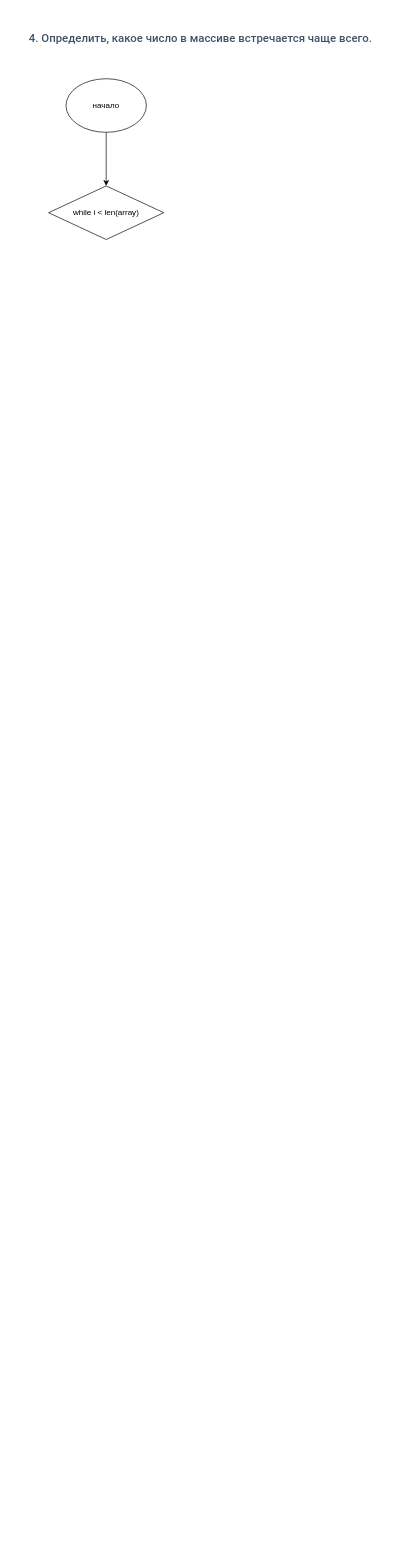
Before: page "Page-4" (4 of 9) of DZ3/DZ3.drawio in Vladislav-Argun/AADSIP, a draw.io diagram. Source tidied: cells renumbered, new cells numbered last; positions are measured from the earlier drawing's top-left corner, leaving out a move shared by most shapes. Both pictures are drawn from the tidied source at 67%, with x=0, y=0 at pixel (27, 11).
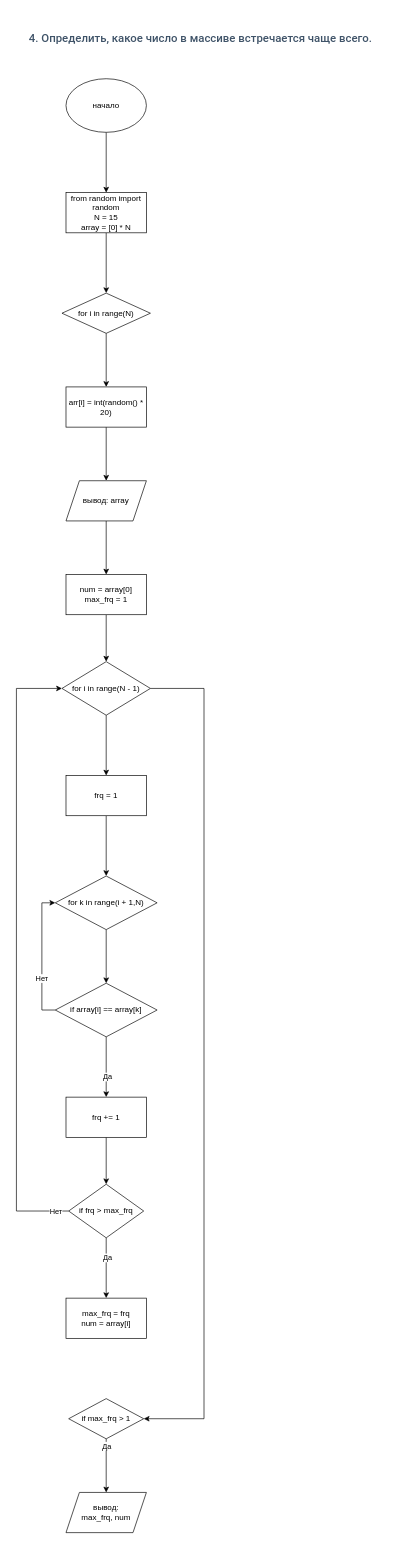
Above is the later version.

Unchanged cells that the change refers to:
```xml
<mxCell id="4" value="начало" style="ellipse;whiteSpace=wrap;html=1;labelBackgroundColor=#;align=center;" parent="1" vertex="1">
  <mxGeometry x="57" y="100" width="120" height="80" as="geometry" />
</mxCell>
```

Diff of the diagram source:
```diff
@@
-    <mxCell id="3" style="edgeStyle=orthogonalEdgeStyle;rounded=0;jettySize=auto;html=1;" parent="1" edge="1" source="4" target="5">
-      <mxGeometry relative="1" as="geometry" />
-    </mxCell>
+    <mxCell id="6" style="edgeStyle=orthogonalEdgeStyle;rounded=0;jettySize=auto;html=1;" parent="1" edge="1" source="4" target="8">
+      <mxGeometry relative="1" as="geometry" />
+    </mxCell>
@@
-    <mxCell id="5" value="while i &amp;lt; len(array)" style="rhombus;whiteSpace=wrap;html=1;labelBackgroundColor=#;" parent="1" vertex="1">
-      <mxGeometry x="31" y="260" width="172" height="80" as="geometry" />
-    </mxCell>
+    <mxCell id="7" style="edgeStyle=orthogonalEdgeStyle;rounded=0;jettySize=auto;html=1;" parent="1" edge="1" source="8" target="10">
+      <mxGeometry relative="1" as="geometry" />
+    </mxCell>
+    <mxCell id="8" value="&lt;div&gt;from random import random&lt;/div&gt;&lt;div&gt;N = 15&lt;/div&gt;&lt;div&gt;array = [0] * N&lt;/div&gt;" style="whiteSpace=wrap;html=1;labelBackgroundColor=#;" parent="1" vertex="1">
+      <mxGeometry x="57" y="270" width="120" height="60" as="geometry" />
+    </mxCell>
+    <mxCell id="9" style="edgeStyle=orthogonalEdgeStyle;rounded=0;jettySize=auto;html=1;" parent="1" edge="1" source="10" target="12">
+      <mxGeometry relative="1" as="geometry" />
+    </mxCell>
+    <mxCell id="10" value="for i in range(N)" style="rhombus;whiteSpace=wrap;html=1;labelBackgroundColor=#;" parent="1" vertex="1">
+      <mxGeometry x="51" y="420" width="132" height="60" as="geometry" />
+    </mxCell>
+    <mxCell id="11" style="edgeStyle=orthogonalEdgeStyle;rounded=0;jettySize=auto;html=1;" parent="1" edge="1" source="12" target="14">
+      <mxGeometry relative="1" as="geometry" />
+    </mxCell>
+    <mxCell id="12" value="arr[i] = int(random() * 20)" style="whiteSpace=wrap;html=1;labelBackgroundColor=#;" parent="1" vertex="1">
+      <mxGeometry x="57" y="560" width="120" height="60" as="geometry" />
+    </mxCell>
+    <mxCell id="13" style="edgeStyle=orthogonalEdgeStyle;rounded=0;jettySize=auto;html=1;" parent="1" edge="1" source="14" target="16">
+      <mxGeometry relative="1" as="geometry" />
+    </mxCell>
+    <mxCell id="14" value="вывод: array" style="shape=parallelogram;perimeter=parallelogramPerimeter;whiteSpace=wrap;html=1;fixedSize=1;labelBackgroundColor=#;" parent="1" vertex="1">
+      <mxGeometry x="57" y="700" width="120" height="60" as="geometry" />
+    </mxCell>
+    <mxCell id="15" style="edgeStyle=orthogonalEdgeStyle;rounded=0;jettySize=auto;html=1;" parent="1" edge="1" source="16" target="19">
+      <mxGeometry relative="1" as="geometry" />
+    </mxCell>
+    <mxCell id="16" value="&lt;div&gt;num = array[0]&lt;/div&gt;&lt;div&gt;max_frq = 1&lt;/div&gt;" style="whiteSpace=wrap;html=1;labelBackgroundColor=#;" parent="1" vertex="1">
+      <mxGeometry x="57" y="840" width="120" height="60" as="geometry" />
+    </mxCell>
+    <mxCell id="17" style="edgeStyle=orthogonalEdgeStyle;rounded=0;jettySize=auto;html=1;" parent="1" edge="1" source="19" target="21">
+      <mxGeometry relative="1" as="geometry" />
+    </mxCell>
+    <mxCell id="18" style="edgeStyle=orthogonalEdgeStyle;rounded=0;jettySize=auto;html=1;entryX=1;entryY=0.5;entryDx=0;entryDy=0;" parent="1" edge="1" source="19" target="39">
+      <mxGeometry relative="1" as="geometry">
+        <Array as="points">
+          <mxPoint x="263" y="1010" />
+          <mxPoint x="263" y="2100" />
+        </Array>
+      </mxGeometry>
+    </mxCell>
+    <mxCell id="19" value="for i in range(N - 1)" style="rhombus;whiteSpace=wrap;html=1;labelBackgroundColor=#;" parent="1" vertex="1">
+      <mxGeometry x="51" y="970" width="132" height="80" as="geometry" />
+    </mxCell>
+    <mxCell id="20" style="edgeStyle=orthogonalEdgeStyle;rounded=0;jettySize=auto;html=1;" parent="1" edge="1" source="21" target="23">
+      <mxGeometry relative="1" as="geometry" />
+    </mxCell>
+    <mxCell id="21" value="frq = 1" style="whiteSpace=wrap;html=1;labelBackgroundColor=#;" parent="1" vertex="1">
+      <mxGeometry x="57" y="1140" width="120" height="60" as="geometry" />
+    </mxCell>
+    <mxCell id="22" style="edgeStyle=orthogonalEdgeStyle;rounded=0;jettySize=auto;html=1;" parent="1" edge="1" source="23" target="28">
+      <mxGeometry relative="1" as="geometry" />
+    </mxCell>
+    <mxCell id="23" value="for k in range(i + 1,N)" style="rhombus;whiteSpace=wrap;html=1;labelBackgroundColor=#;" parent="1" vertex="1">
+      <mxGeometry x="41" y="1290" width="152" height="80" as="geometry" />
+    </mxCell>
+    <mxCell id="24" style="edgeStyle=orthogonalEdgeStyle;rounded=0;jettySize=auto;html=1;entryX=0;entryY=0.5;entryDx=0;entryDy=0;" parent="1" edge="1" source="28" target="23">
+      <mxGeometry relative="1" as="geometry">
+        <Array as="points">
+          <mxPoint x="21" y="1490" />
+          <mxPoint x="21" y="1330" />
+        </Array>
+      </mxGeometry>
+    </mxCell>
+    <mxCell id="25" value="Нет" style="edgeLabel;html=1;align=center;verticalAlign=middle;" parent="24" vertex="1">
+      <mxGeometry x="-0.32" y="1" relative="1" as="geometry" />
+    </mxCell>
+    <mxCell id="26" style="edgeStyle=orthogonalEdgeStyle;rounded=0;jettySize=auto;html=1;" parent="1" edge="1" source="28" target="30">
+      <mxGeometry relative="1" as="geometry" />
+    </mxCell>
+    <mxCell id="27" value="Да" style="edgeLabel;html=1;align=center;verticalAlign=middle;" parent="26" vertex="1">
+      <mxGeometry x="0.31" y="1" relative="1" as="geometry" />
+    </mxCell>
+    <mxCell id="28" value="if array[i] == array[k]" style="rhombus;whiteSpace=wrap;html=1;labelBackgroundColor=#;" parent="1" vertex="1">
+      <mxGeometry x="41" y="1450" width="152" height="80" as="geometry" />
+    </mxCell>
+    <mxCell id="29" style="edgeStyle=orthogonalEdgeStyle;rounded=0;jettySize=auto;html=1;" parent="1" edge="1" source="30" target="35">
+      <mxGeometry relative="1" as="geometry" />
+    </mxCell>
+    <mxCell id="30" value="frq += 1" style="whiteSpace=wrap;html=1;labelBackgroundColor=#;" parent="1" vertex="1">
+      <mxGeometry x="57" y="1620" width="120" height="60" as="geometry" />
+    </mxCell>
+    <mxCell id="31" style="edgeStyle=orthogonalEdgeStyle;rounded=0;jettySize=auto;html=1;" parent="1" edge="1" source="35" target="36">
+      <mxGeometry relative="1" as="geometry" />
+    </mxCell>
+    <mxCell id="32" value="Да" style="edgeLabel;html=1;align=center;verticalAlign=middle;" parent="31" vertex="1">
+      <mxGeometry x="-0.36" y="1" relative="1" as="geometry" />
+    </mxCell>
+    <mxCell id="33" style="edgeStyle=orthogonalEdgeStyle;rounded=0;jettySize=auto;html=1;entryX=0;entryY=0.5;entryDx=0;entryDy=0;" parent="1" edge="1" source="35" target="19">
+      <mxGeometry relative="1" as="geometry">
+        <Array as="points">
+          <mxPoint x="-17" y="1790" />
+          <mxPoint x="-17" y="1010" />
+        </Array>
+      </mxGeometry>
+    </mxCell>
+    <mxCell id="34" value="Нет" style="edgeLabel;html=1;align=center;verticalAlign=middle;" parent="33" vertex="1">
+      <mxGeometry x="-0.95" y="1" relative="1" as="geometry">
+        <mxPoint x="3" y="-1" as="offset" />
+      </mxGeometry>
+    </mxCell>
+    <mxCell id="35" value="if frq &amp;gt; max_frq" style="rhombus;whiteSpace=wrap;html=1;labelBackgroundColor=#;" parent="1" vertex="1">
+      <mxGeometry x="61" y="1750" width="112" height="80" as="geometry" />
+    </mxCell>
+    <mxCell id="36" value="max_frq = frq&lt;br&gt;num = array[i]" style="whiteSpace=wrap;html=1;labelBackgroundColor=#;" parent="1" vertex="1">
+      <mxGeometry x="57" y="1920" width="120" height="60" as="geometry" />
+    </mxCell>
+    <mxCell id="37" style="edgeStyle=orthogonalEdgeStyle;rounded=0;jettySize=auto;html=1;" parent="1" edge="1" source="39" target="40">
+      <mxGeometry relative="1" as="geometry" />
+    </mxCell>
+    <mxCell id="38" value="Да" style="edgeLabel;html=1;align=center;verticalAlign=middle;" parent="37" vertex="1">
+      <mxGeometry x="-0.84" relative="1" as="geometry">
+        <mxPoint y="4" as="offset" />
+      </mxGeometry>
+    </mxCell>
+    <mxCell id="39" value="if max_frq &amp;gt; 1" style="rhombus;whiteSpace=wrap;html=1;labelBackgroundColor=#;align=center;" parent="1" vertex="1">
+      <mxGeometry x="61" y="2070" width="112" height="60" as="geometry" />
+    </mxCell>
+    <mxCell id="40" value="вывод:&lt;br&gt;max_frq, num" style="shape=parallelogram;perimeter=parallelogramPerimeter;whiteSpace=wrap;html=1;fixedSize=1;labelBackgroundColor=#;" parent="1" vertex="1">
+      <mxGeometry x="57" y="2210" width="120" height="60" as="geometry" />
+    </mxCell>
```
